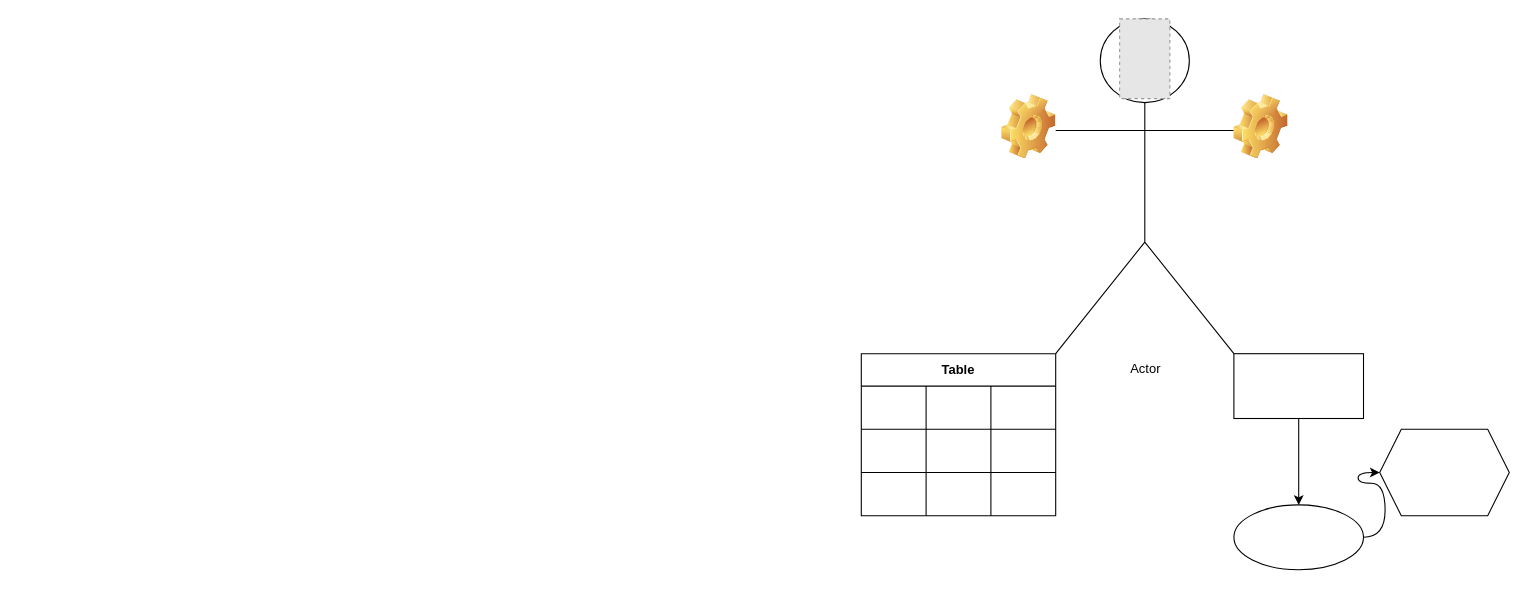
This is 未命名绘图.drawio from hanjiaxiaozhi/drawio, a draw.io file, before an edit. Source tidied: cells renumbered, new cells numbered last; positions are measured from the earlier drawing's top-left corner, leaving out a move shared by most shapes. Both pictures are drawn from the tidied source at 108%, with x=0, y=0 at pixel (861, 18). Pictures stored in the file or linked from it are replaced by grey dashed boxes.
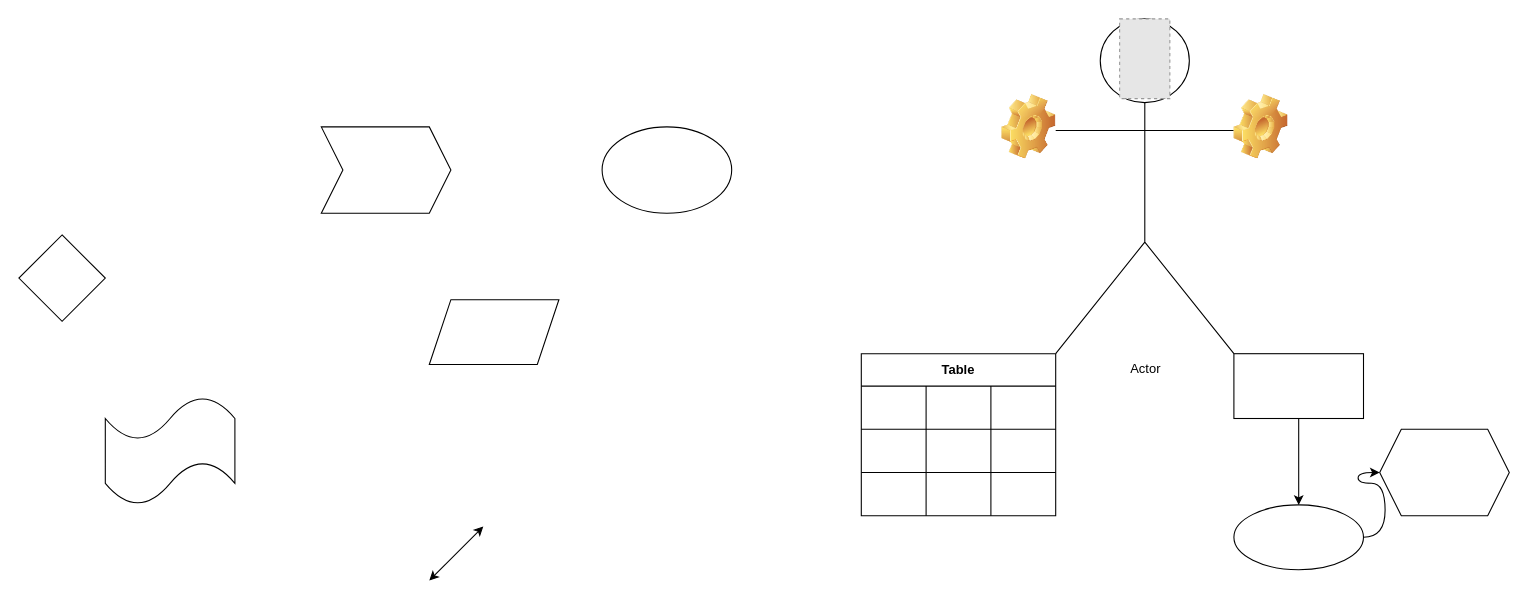
Above is the later version.

Commit message:
更新未命名绘图.drawio

What changed in the source:
```diff
@@
+    <mxCell id="24" style="ellipse;whiteSpace=wrap;html=1;" parent="1" vertex="1">
+      <mxGeometry x="-240" y="100" width="120" height="80" as="geometry" />
+    </mxCell>
+    <mxCell id="25" style="shape=parallelogram;perimeter=parallelogramPerimeter;whiteSpace=wrap;html=1;fixedSize=1;" parent="1" vertex="1">
+      <mxGeometry x="-400" y="260" width="120" height="60" as="geometry" />
+    </mxCell>
+    <mxCell id="26" style="endArrow=classic;startArrow=classic;html=1;" parent="1" edge="1">
+      <mxGeometry relative="1" as="geometry">
+        <mxPoint x="-400" y="520" as="sourcePoint" />
+        <mxPoint x="-350" y="470" as="targetPoint" />
+      </mxGeometry>
+    </mxCell>
+    <mxCell id="27" style="shape=step;perimeter=stepPerimeter;whiteSpace=wrap;html=1;fixedSize=1;" parent="1" vertex="1">
+      <mxGeometry x="-500" y="100" width="120" height="80" as="geometry" />
+    </mxCell>
+    <mxCell id="28" style="rhombus;whiteSpace=wrap;html=1;" parent="1" vertex="1">
+      <mxGeometry x="-780" y="200" width="80" height="80" as="geometry" />
+    </mxCell>
+    <mxCell id="29" style="shape=tape;whiteSpace=wrap;html=1;" parent="1" vertex="1">
+      <mxGeometry x="-700" y="350" width="120" height="100" as="geometry" />
+    </mxCell>
```
